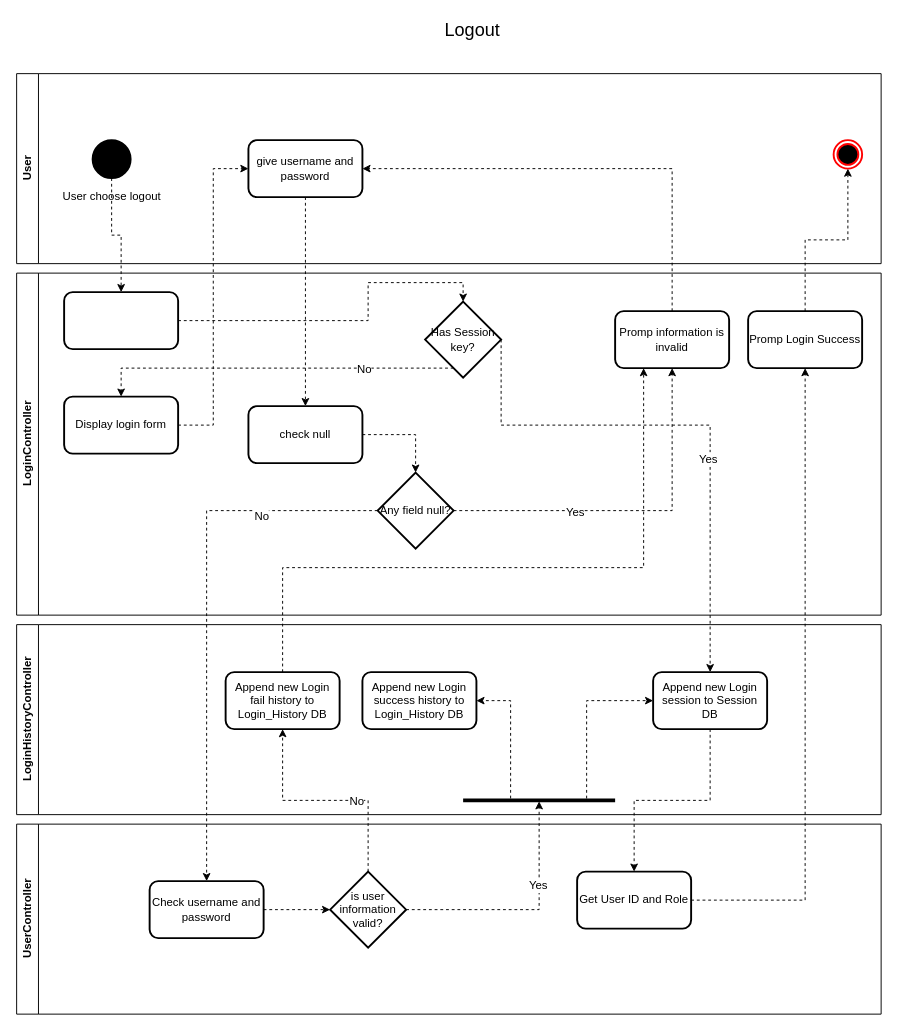
Earlier version of the draw.io diagram Diagram/Workflow/Logout.drawio (NotAsea/Hocviec). Source tidied: cells renumbered, new cells numbered last; positions are measured from the earlier drawing's top-left corner, leaving out a move shared by most shapes. Both pictures are drawn from the tidied source at 95%, with x=0, y=0 at pixel (16, 16).
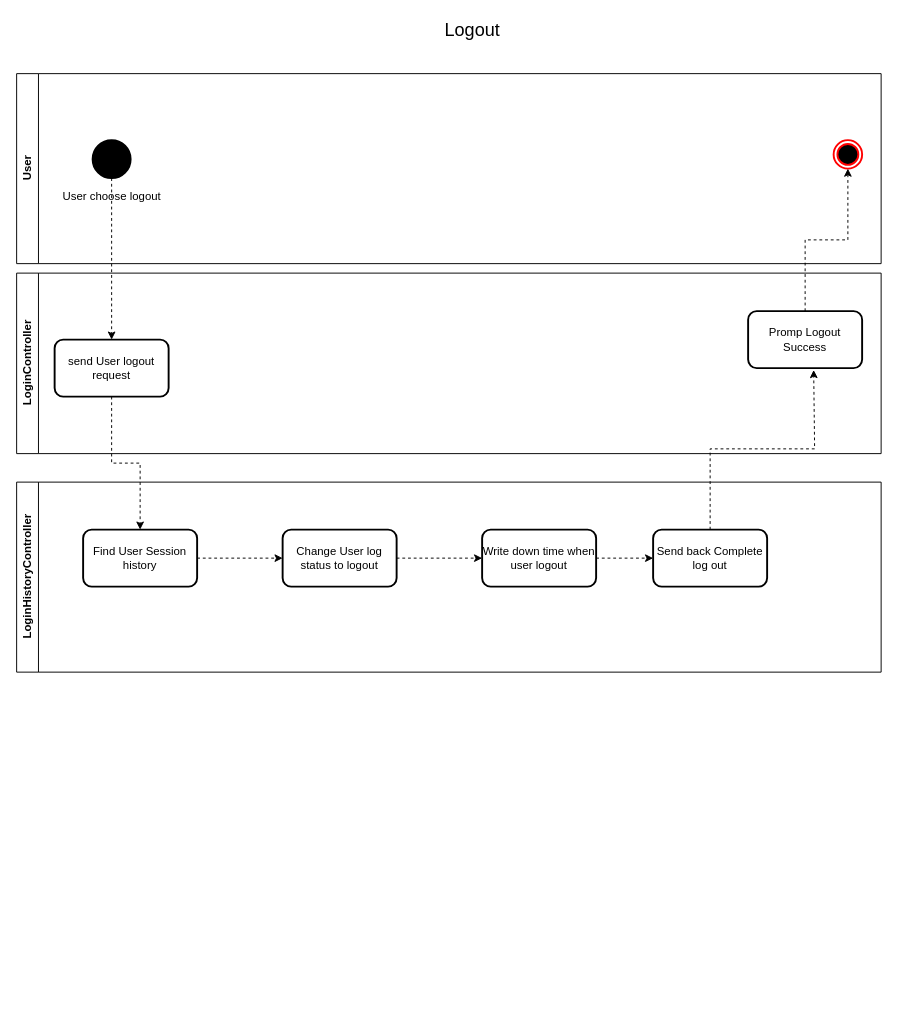
Above is the later version.

Unchanged cells that the change refers to:
```xml
<mxCell id="2" value="User" style="swimlane;horizontal=0;whiteSpace=wrap;html=1;" parent="1" vertex="1">
  <mxGeometry y="60" width="910" height="200" as="geometry" />
</mxCell>
```

Change to the diagram source:
```diff
@@
-    <mxCell id="5" value="give username and password" style="rounded=1;whiteSpace=wrap;html=1;strokeWidth=2;fontFamily=Helvetica;fontSize=12;" parent="2" vertex="1">
-      <mxGeometry x="244" y="70" width="120" height="60" as="geometry" />
-    </mxCell>
     <mxCell id="6" value="&lt;div&gt;LoginController&lt;/div&gt;" style="swimlane;horizontal=0;whiteSpace=wrap;html=1;" parent="1" vertex="1">
-      <mxGeometry y="270" width="910" height="360" as="geometry" />
+      <mxGeometry y="270" width="910" height="190" as="geometry" />
     </mxCell>
-    <mxCell id="7" style="rounded=0;jettySize=auto;html=1;dashed=1;strokeWidth=1;fontFamily=Helvetica;fontSize=12;fontColor=default;edgeStyle=orthogonalEdgeStyle;" parent="6" edge="1" source="9" target="13">
-      <mxGeometry relative="1" as="geometry">
-        <Array as="points">
-          <mxPoint x="110" y="100" />
-        </Array>
-      </mxGeometry>
-    </mxCell>
-    <mxCell id="8" value="No" style="edgeLabel;html=1;align=center;verticalAlign=middle;fontSize=12;fontFamily=Helvetica;fontColor=default;" parent="7" vertex="1">
-      <mxGeometry x="-0.5" y="1" relative="1" as="geometry" />
-    </mxCell>
-    <mxCell id="9" value="Has Session key?" style="rhombus;whiteSpace=wrap;html=1;strokeWidth=2;fontFamily=Helvetica;fontSize=12;" parent="6" vertex="1">
-      <mxGeometry x="430" y="30" width="80" height="80" as="geometry" />
-    </mxCell>
-    <mxCell id="10" value="Promp Login Success" style="rounded=1;whiteSpace=wrap;html=1;strokeWidth=2;fontFamily=Helvetica;fontSize=12;" parent="6" vertex="1">
+    <mxCell id="10" value="Promp Logout Success" style="rounded=1;whiteSpace=wrap;html=1;strokeWidth=2;fontFamily=Helvetica;fontSize=12;" parent="6" vertex="1">
       <mxGeometry x="770" y="40" width="120" height="60" as="geometry" />
     </mxCell>
-    <mxCell id="11" style="rounded=0;jettySize=auto;html=1;dashed=1;strokeWidth=1;fontFamily=Helvetica;fontSize=12;fontColor=default;entryX=0.5;entryY=0;entryDx=0;entryDy=0;edgeStyle=orthogonalEdgeStyle;" parent="6" edge="1" source="12" target="9">
-      <mxGeometry relative="1" as="geometry">
-        <Array as="points">
-          <mxPoint x="370" y="50" />
-          <mxPoint x="370" y="10" />
-          <mxPoint x="470" y="10" />
-        </Array>
-      </mxGeometry>
-    </mxCell>
-    <mxCell id="12" style="rounded=1;whiteSpace=wrap;html=1;strokeWidth=2;fontFamily=Helvetica;fontSize=12;" parent="6" vertex="1">
-      <mxGeometry x="50" y="20" width="120" height="60" as="geometry" />
+    <mxCell id="12" value="send User logout request" style="rounded=1;whiteSpace=wrap;html=1;strokeWidth=2;fontFamily=Helvetica;fontSize=12;" parent="6" vertex="1">
+      <mxGeometry x="40" y="70" width="120" height="60" as="geometry" />
     </mxCell>
-    <mxCell id="13" value="Display login form" style="rounded=1;whiteSpace=wrap;html=1;strokeWidth=2;fontFamily=Helvetica;fontSize=12;" parent="6" vertex="1">
-      <mxGeometry x="50" y="130" width="120" height="60" as="geometry" />
-    </mxCell>
-    <mxCell id="14" style="edgeStyle=orthogonalEdgeStyle;rounded=0;jettySize=auto;html=1;entryX=0.5;entryY=0;entryDx=0;entryDy=0;dashed=1;strokeWidth=1;fontFamily=Helvetica;fontSize=12;fontColor=default;" parent="6" edge="1" source="15" target="18">
-      <mxGeometry relative="1" as="geometry" />
-    </mxCell>
-    <mxCell id="15" value="check null" style="rounded=1;whiteSpace=wrap;html=1;strokeWidth=2;fontFamily=Helvetica;fontSize=12;" parent="6" vertex="1">
-      <mxGeometry x="244" y="140" width="120" height="60" as="geometry" />
-    </mxCell>
-    <mxCell id="16" style="edgeStyle=orthogonalEdgeStyle;rounded=0;jettySize=auto;html=1;entryX=0.5;entryY=1;entryDx=0;entryDy=0;dashed=1;strokeWidth=1;fontFamily=Helvetica;fontSize=12;fontColor=default;" parent="6" edge="1" source="18" target="19">
-      <mxGeometry relative="1" as="geometry" />
-    </mxCell>
-    <mxCell id="17" value="Yes" style="edgeLabel;html=1;align=center;verticalAlign=middle;fontSize=12;fontFamily=Helvetica;fontColor=default;" parent="16" vertex="1">
-      <mxGeometry x="-0.33" y="-1" relative="1" as="geometry" />
-    </mxCell>
-    <mxCell id="18" value="Any field null?" style="rhombus;whiteSpace=wrap;html=1;strokeWidth=2;fontFamily=Helvetica;fontSize=12;" parent="6" vertex="1">
-      <mxGeometry x="380" y="210" width="80" height="80" as="geometry" />
-    </mxCell>
-    <mxCell id="19" value="Promp information is invalid" style="rounded=1;whiteSpace=wrap;html=1;strokeWidth=2;fontFamily=Helvetica;fontSize=12;" parent="6" vertex="1">
-      <mxGeometry x="630" y="40" width="120" height="60" as="geometry" />
-    </mxCell>
     <mxCell id="20" value="LoginHistoryController" style="swimlane;horizontal=0;whiteSpace=wrap;html=1;" parent="1" vertex="1">
-      <mxGeometry y="640" width="910" height="200" as="geometry" />
+      <mxGeometry y="490" width="910" height="200" as="geometry" />
     </mxCell>
-    <mxCell id="21" value="Append new Login session to Session DB" style="rounded=1;whiteSpace=wrap;html=1;strokeWidth=2;fontFamily=Helvetica;fontSize=12;" parent="20" vertex="1">
+    <mxCell id="21" value="Send back Complete log out" style="rounded=1;whiteSpace=wrap;html=1;strokeWidth=2;fontFamily=Helvetica;fontSize=12;" parent="20" vertex="1">
       <mxGeometry x="670" y="50" width="120" height="60" as="geometry" />
     </mxCell>
-    <mxCell id="22" style="edgeStyle=orthogonalEdgeStyle;rounded=0;jettySize=auto;html=1;entryX=0;entryY=0.5;entryDx=0;entryDy=0;dashed=1;strokeWidth=1;fontFamily=Helvetica;fontSize=12;fontColor=default;" parent="20" edge="1" source="24" target="21">
-      <mxGeometry relative="1" as="geometry">
-        <Array as="points">
-          <mxPoint x="600" y="80" />
-        </Array>
-      </mxGeometry>
-    </mxCell>
-    <mxCell id="23" style="edgeStyle=orthogonalEdgeStyle;rounded=0;jettySize=auto;html=1;entryX=1;entryY=0.5;entryDx=0;entryDy=0;dashed=1;strokeWidth=1;fontFamily=Helvetica;fontSize=12;fontColor=default;" parent="20" edge="1" source="24" target="25">
-      <mxGeometry relative="1" as="geometry">
-        <Array as="points">
-          <mxPoint x="520" y="80" />
-        </Array>
-      </mxGeometry>
-    </mxCell>
-    <mxCell id="24" style="line;strokeWidth=4;html=1;perimeter=backbonePerimeter;points=[];outlineConnect=0;strokeColor=default;fontFamily=Helvetica;fontSize=12;fontColor=default;fillColor=strokeColor;" parent="20" vertex="1">
-      <mxGeometry x="470" y="180" width="160" height="10" as="geometry" />
-    </mxCell>
+    <mxCell id="49" style="edgeStyle=orthogonalEdgeStyle;rounded=0;jettySize=auto;html=1;dashed=1;" parent="20" edge="1" source="25" target="21">
+      <mxGeometry relative="1" as="geometry" />
+    </mxCell>
-    <mxCell id="25" value="Append new Login success history to Login_History DB" style="rounded=1;whiteSpace=wrap;html=1;strokeWidth=2;fontFamily=Helvetica;fontSize=12;" parent="20" vertex="1">
-      <mxGeometry x="364" y="50" width="120" height="60" as="geometry" />
+    <mxCell id="25" value="Write down time when user logout" style="rounded=1;whiteSpace=wrap;html=1;strokeWidth=2;fontFamily=Helvetica;fontSize=12;" parent="20" vertex="1">
+      <mxGeometry x="490" y="50" width="120" height="60" as="geometry" />
     </mxCell>
+    <mxCell id="50" style="edgeStyle=orthogonalEdgeStyle;rounded=0;jettySize=auto;html=1;dashed=1;" parent="20" edge="1" source="26" target="25">
+      <mxGeometry relative="1" as="geometry" />
+    </mxCell>
-    <mxCell id="26" value="Append new Login fail history to Login_History DB" style="rounded=1;whiteSpace=wrap;html=1;strokeWidth=2;fontFamily=Helvetica;fontSize=12;" parent="20" vertex="1">
-      <mxGeometry x="220" y="50" width="120" height="60" as="geometry" />
+    <mxCell id="26" value="Change User log status to logout" style="rounded=1;whiteSpace=wrap;html=1;strokeWidth=2;fontFamily=Helvetica;fontSize=12;" parent="20" vertex="1">
+      <mxGeometry x="280" y="50" width="120" height="60" as="geometry" />
     </mxCell>
-    <mxCell id="27" value="UserController" style="swimlane;horizontal=0;whiteSpace=wrap;html=1;" parent="1" vertex="1">
-      <mxGeometry y="850" width="910" height="200" as="geometry" />
-    </mxCell>
-    <mxCell id="28" value="Get User ID and Role" style="rounded=1;whiteSpace=wrap;html=1;strokeWidth=2;fontFamily=Helvetica;fontSize=12;" parent="27" vertex="1">
-      <mxGeometry x="590" y="50" width="120" height="60" as="geometry" />
-    </mxCell>
-    <mxCell id="29" style="edgeStyle=orthogonalEdgeStyle;rounded=0;jettySize=auto;html=1;dashed=1;strokeWidth=1;fontFamily=Helvetica;fontSize=12;fontColor=default;" parent="27" edge="1" source="30" target="31">
-      <mxGeometry relative="1" as="geometry" />
-    </mxCell>
-    <mxCell id="30" value="Check username and password" style="rounded=1;whiteSpace=wrap;html=1;strokeWidth=2;fontFamily=Helvetica;fontSize=12;" parent="27" vertex="1">
-      <mxGeometry x="140" y="60" width="120" height="60" as="geometry" />
-    </mxCell>
-    <mxCell id="31" value="is user information valid?" style="rhombus;whiteSpace=wrap;html=1;strokeWidth=2;fontFamily=Helvetica;fontSize=12;" parent="27" vertex="1">
-      <mxGeometry x="330" y="50" width="80" height="80" as="geometry" />
-    </mxCell>
-    <mxCell id="32" style="edgeStyle=orthogonalEdgeStyle;rounded=0;jettySize=auto;html=1;dashed=1;strokeWidth=1;fontFamily=Helvetica;fontSize=12;fontColor=default;" parent="1" edge="1" source="21" target="28">
-      <mxGeometry relative="1" as="geometry" />
-    </mxCell>
+    <mxCell id="51" style="edgeStyle=orthogonalEdgeStyle;rounded=0;jettySize=auto;html=1;entryX=0;entryY=0.5;entryDx=0;entryDy=0;dashed=1;" parent="20" edge="1" source="52" target="26">
+      <mxGeometry relative="1" as="geometry" />
+    </mxCell>
+    <mxCell id="52" value="Find User Session history" style="rounded=1;whiteSpace=wrap;html=1;strokeWidth=2;fontFamily=Helvetica;fontSize=12;" parent="20" vertex="1">
+      <mxGeometry x="70" y="50" width="120" height="60" as="geometry" />
+    </mxCell>
@@
-    <mxCell id="34" style="rounded=0;jettySize=auto;html=1;fontFamily=Helvetica;fontSize=12;fontColor=default;dashed=1;entryX=0.5;entryY=0;entryDx=0;entryDy=0;edgeStyle=orthogonalEdgeStyle;exitX=1;exitY=0.5;exitDx=0;exitDy=0;" parent="1" edge="1" source="9" target="21">
-      <mxGeometry relative="1" as="geometry">
-        <Array as="points">
-          <mxPoint x="510" y="430" />
-          <mxPoint x="730" y="430" />
-        </Array>
-      </mxGeometry>
-    </mxCell>
-    <mxCell id="35" value="Yes" style="edgeLabel;html=1;align=center;verticalAlign=middle;fontSize=12;fontFamily=Helvetica;fontColor=default;" parent="34" vertex="1">
-      <mxGeometry x="0.21" y="-3" relative="1" as="geometry" />
-    </mxCell>
-    <mxCell id="36" style="edgeStyle=orthogonalEdgeStyle;rounded=0;jettySize=auto;html=1;entryX=0.5;entryY=0;entryDx=0;entryDy=0;dashed=1;strokeWidth=1;fontFamily=Helvetica;fontSize=12;fontColor=default;" parent="1" edge="1" source="5" target="15">
-      <mxGeometry relative="1" as="geometry" />
-    </mxCell>
-    <mxCell id="37" style="edgeStyle=orthogonalEdgeStyle;rounded=0;jettySize=auto;html=1;dashed=1;strokeWidth=1;fontFamily=Helvetica;fontSize=12;fontColor=default;" parent="1" edge="1" source="18" target="30">
-      <mxGeometry relative="1" as="geometry" />
-    </mxCell>
-    <mxCell id="38" value="No" style="edgeLabel;html=1;align=center;verticalAlign=middle;fontSize=12;fontFamily=Helvetica;fontColor=default;" parent="37" vertex="1">
-      <mxGeometry x="-0.57" y="5" relative="1" as="geometry" />
-    </mxCell>
-    <mxCell id="39" style="edgeStyle=orthogonalEdgeStyle;rounded=0;jettySize=auto;html=1;dashed=1;strokeWidth=1;fontFamily=Helvetica;fontSize=12;fontColor=default;" parent="1" edge="1" source="31" target="24">
-      <mxGeometry relative="1" as="geometry" />
-    </mxCell>
-    <mxCell id="40" value="Yes" style="edgeLabel;html=1;align=center;verticalAlign=middle;fontSize=12;fontFamily=Helvetica;fontColor=default;" parent="39" vertex="1">
-      <mxGeometry x="0.31" y="2" relative="1" as="geometry" />
-    </mxCell>
-    <mxCell id="41" style="edgeStyle=orthogonalEdgeStyle;rounded=0;jettySize=auto;html=1;entryX=0.5;entryY=1;entryDx=0;entryDy=0;dashed=1;strokeWidth=1;fontFamily=Helvetica;fontSize=12;fontColor=default;" parent="1" edge="1" source="31" target="26">
-      <mxGeometry relative="1" as="geometry" />
-    </mxCell>
-    <mxCell id="42" value="No" style="edgeLabel;html=1;align=center;verticalAlign=middle;fontSize=12;fontFamily=Helvetica;fontColor=default;" parent="41" vertex="1">
-      <mxGeometry x="-0.27" relative="1" as="geometry" />
-    </mxCell>
-    <mxCell id="43" style="edgeStyle=orthogonalEdgeStyle;rounded=0;jettySize=auto;html=1;entryX=0.25;entryY=1;entryDx=0;entryDy=0;dashed=1;strokeWidth=1;fontFamily=Helvetica;fontSize=12;fontColor=default;" parent="1" edge="1" source="26" target="19">
-      <mxGeometry relative="1" as="geometry">
-        <Array as="points">
-          <mxPoint x="280" y="580" />
-          <mxPoint x="660" y="580" />
-        </Array>
-      </mxGeometry>
-    </mxCell>
-    <mxCell id="44" style="edgeStyle=orthogonalEdgeStyle;rounded=0;jettySize=auto;html=1;entryX=0.5;entryY=1;entryDx=0;entryDy=0;dashed=1;strokeWidth=1;fontFamily=Helvetica;fontSize=12;fontColor=default;" parent="1" edge="1" source="28" target="10">
-      <mxGeometry relative="1" as="geometry" />
-    </mxCell>
-    <mxCell id="45" style="edgeStyle=orthogonalEdgeStyle;rounded=0;jettySize=auto;html=1;entryX=0;entryY=0.5;entryDx=0;entryDy=0;dashed=1;strokeWidth=1;fontFamily=Helvetica;fontSize=12;fontColor=default;" parent="1" edge="1" source="13" target="5">
-      <mxGeometry relative="1" as="geometry" />
-    </mxCell>
@@
-    <mxCell id="47" style="edgeStyle=orthogonalEdgeStyle;rounded=0;jettySize=auto;html=1;entryX=1;entryY=0.5;entryDx=0;entryDy=0;dashed=1;strokeWidth=1;fontFamily=Helvetica;fontSize=12;fontColor=default;" parent="1" edge="1" source="19" target="5">
-      <mxGeometry relative="1" as="geometry">
-        <Array as="points">
-          <mxPoint x="690" y="160" />
-        </Array>
-      </mxGeometry>
-    </mxCell>
@@
+    <mxCell id="53" style="edgeStyle=orthogonalEdgeStyle;rounded=0;jettySize=auto;html=1;dashed=1;" parent="1" edge="1" source="12" target="52">
+      <mxGeometry relative="1" as="geometry" />
+    </mxCell>
+    <mxCell id="54" style="edgeStyle=orthogonalEdgeStyle;rounded=0;jettySize=auto;html=1;entryX=0.575;entryY=1.033;entryDx=0;entryDy=0;entryPerimeter=0;dashed=1;" parent="1" edge="1" source="21" target="10">
+      <mxGeometry relative="1" as="geometry">
+        <Array as="points">
+          <mxPoint x="730" y="455" />
+          <mxPoint x="840" y="455" />
+        </Array>
+      </mxGeometry>
+    </mxCell>
```
